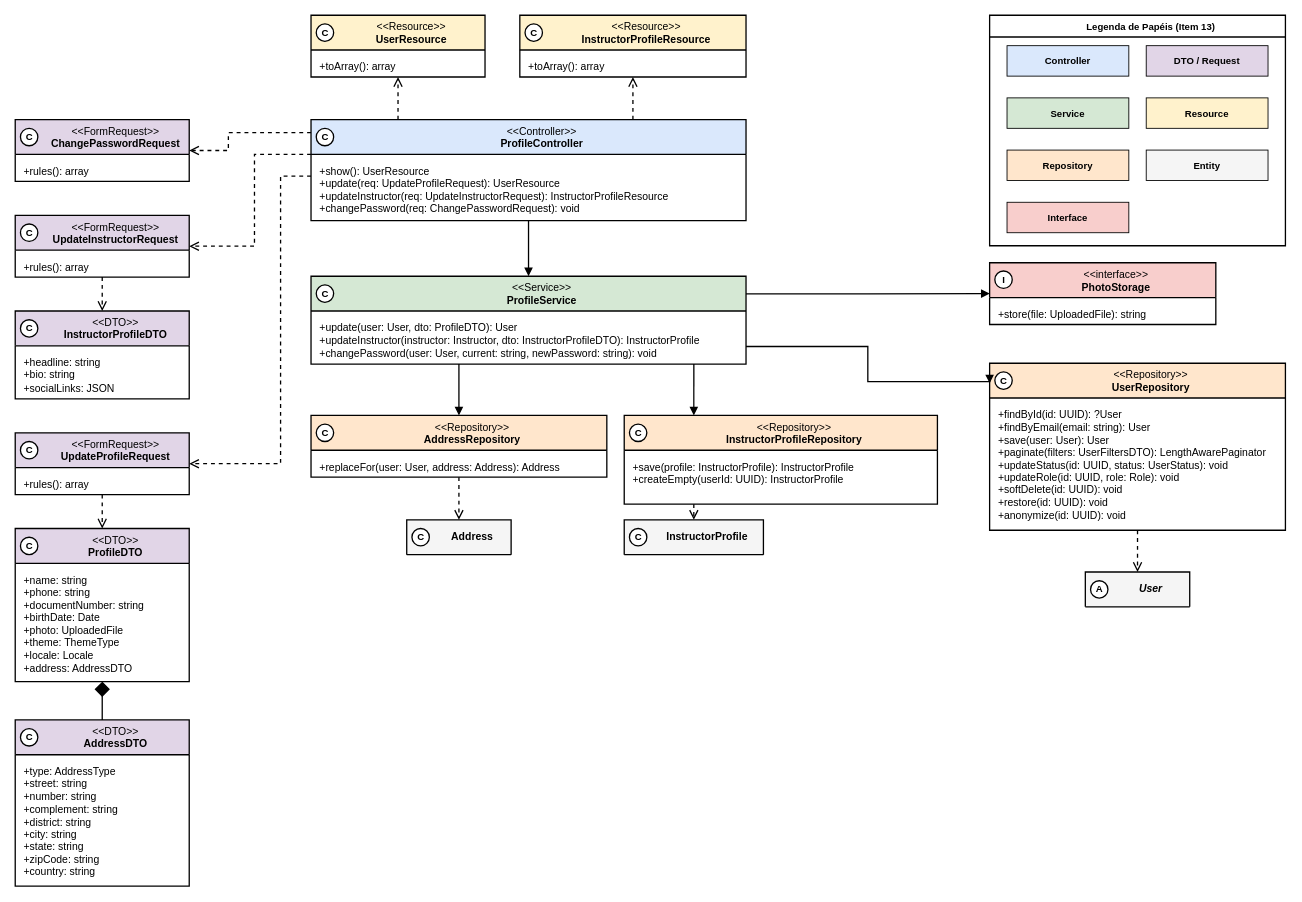
Before: especificacao/diagramas/13-classes-area-a-implementacao-perfil.drawio in Plataforma-de-Cursos-TCC/plataforma-cursos-docs, a draw.io diagram. Source tidied: cells renumbered, new cells numbered last; positions are measured from the earlier drawing's top-left corner, leaving out a move shared by most shapes. Both pictures are drawn from the tidied source at 87%, with x=0, y=0 at pixel (15, 15).
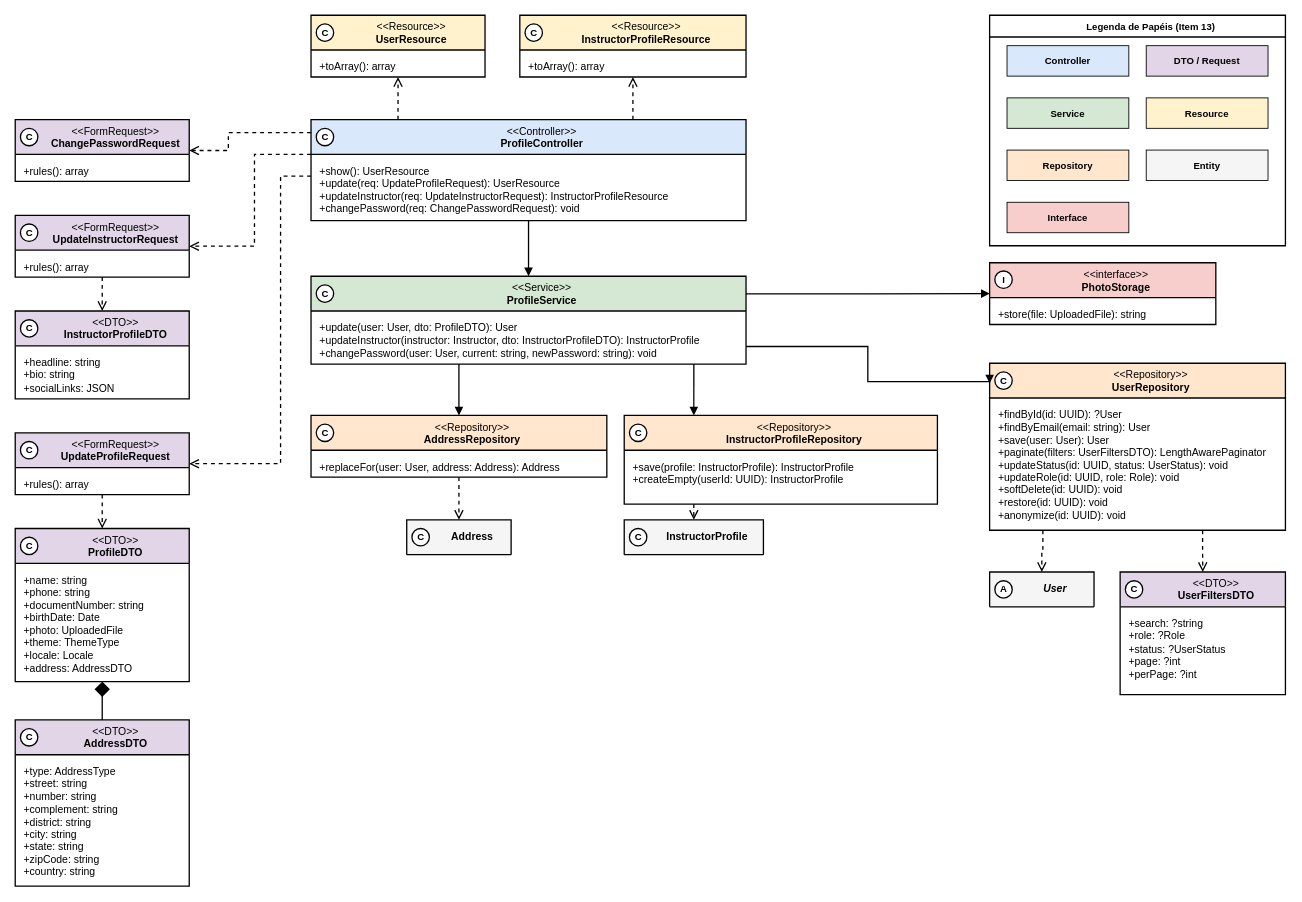
The same diagram, later.

Commit message (it also covers changes not shown here):
fix(especificacao): add UserFiltersDTO to profile implementation diagram

Add UserFiltersDTO box with search, role, status, page, and perPage
attributes in 13-classes-area-a-implementacao-perfil.drawio, and link it
to UserRepository.paginate via dependency edge.

Unchanged cells that the change refers to:
```xml
<mxCell id="31" value="&amp;lt;&amp;lt;Repository&amp;gt;&amp;gt;&lt;br&gt;&lt;b&gt;UserRepository&lt;/b&gt;" style="swimlane;html=1;fontStyle=0;align=center;verticalAlign=top;startSize=40;fillColor=#FFE6CC;swimlaneFillColor=#FFFFFF;strokeColor=#000000;strokeWidth=1.5;fontFamily=Helvetica;fontSize=12;fontColor=#000000;rounded=0;spacingLeft=30;" parent="1" vertex="1">
  <mxGeometry x="1120" y="400" width="340" height="192" as="geometry" />
</mxCell>
```

The edit, as a diff of the source:
```diff
@@
     <mxCell id="33" value="&lt;i&gt;&lt;b&gt;User&lt;/b&gt;&lt;/i&gt;" style="swimlane;html=1;fontStyle=3;align=center;verticalAlign=middle;startSize=40;fillColor=#F5F5F5;swimlaneFillColor=#FFFFFF;strokeColor=#000000;strokeWidth=1.5;fontFamily=Helvetica;fontSize=12;fontColor=#000000;rounded=0;spacingLeft=30;" parent="1" vertex="1">
-      <mxGeometry x="1230" y="640" width="120" height="40" as="geometry" />
+      <mxGeometry x="1120" y="640" width="120" height="40" as="geometry" />
     </mxCell>
+    <mxCell id="74" value="&amp;lt;&amp;lt;DTO&amp;gt;&amp;gt;&lt;br&gt;&lt;b&gt;UserFiltersDTO&lt;/b&gt;" style="swimlane;html=1;fontStyle=0;align=center;verticalAlign=top;startSize=40;fillColor=#E1D5E7;swimlaneFillColor=#FFFFFF;strokeColor=#000000;strokeWidth=1.5;fontFamily=Helvetica;fontSize=12;fontColor=#000000;rounded=0;spacingLeft=30;" parent="1" vertex="1">
+      <mxGeometry x="1270" y="640" width="190" height="141" as="geometry" />
+    </mxCell>
+    <mxCell id="75" value="+search: ?string&lt;br&gt;+role: ?Role&lt;br&gt;+status: ?UserStatus&lt;br&gt;+page: ?int&lt;br&gt;+perPage: ?int" style="text;html=1;align=left;verticalAlign=top;spacingLeft=8;spacingRight=8;spacingTop=6;fontSize=12;fontFamily=Helvetica;fontColor=#000000;strokeColor=none;fillColor=none;whiteSpace=wrap;" parent="74" vertex="1">
+      <mxGeometry y="40" width="190" height="101" as="geometry" />
+    </mxCell>
@@
-    <mxCell id="51" style="edgeStyle=orthogonalEdgeStyle;rounded=0;html=1;strokeColor=#000000;strokeWidth=1.5;dashed=1;endArrow=open;endSize=8;exitX=0.5;exitY=1;entryX=0.5;entryY=0;" parent="1" edge="1" source="31" target="33">
+    <mxCell id="51" style="edgeStyle=orthogonalEdgeStyle;rounded=0;html=1;strokeColor=#000000;strokeWidth=1.5;dashed=1;endArrow=open;endSize=8;exitX=0.18;exitY=1;entryX=0.5;entryY=0;" parent="1" edge="1" source="31" target="33">
       <mxGeometry relative="1" as="geometry" />
     </mxCell>
+    <mxCell id="76" style="edgeStyle=orthogonalEdgeStyle;rounded=0;html=1;strokeColor=#000000;strokeWidth=1.5;dashed=1;endArrow=open;endSize=8;exitX=0.72;exitY=1;entryX=0.5;entryY=0;" parent="1" edge="1" source="31" target="74">
+      <mxGeometry relative="1" as="geometry" />
+    </mxCell>
@@
     <mxCell id="69" value="A" style="ellipse;html=1;fillColor=#FFFFFF;strokeColor=#000000;strokeWidth=1.5;fontFamily=Helvetica;fontSize=11;fontStyle=1;fontColor=#000000;" parent="1" vertex="1">
-      <mxGeometry x="1236" y="650" width="20" height="20" as="geometry" />
+      <mxGeometry x="1126" y="650" width="20" height="20" as="geometry" />
     </mxCell>
+    <mxCell id="77" value="C" style="ellipse;html=1;fillColor=#FFFFFF;strokeColor=#000000;strokeWidth=1.5;fontFamily=Helvetica;fontSize=11;fontStyle=1;fontColor=#000000;" parent="1" vertex="1">
+      <mxGeometry x="1276" y="650" width="20" height="20" as="geometry" />
+    </mxCell>
```
